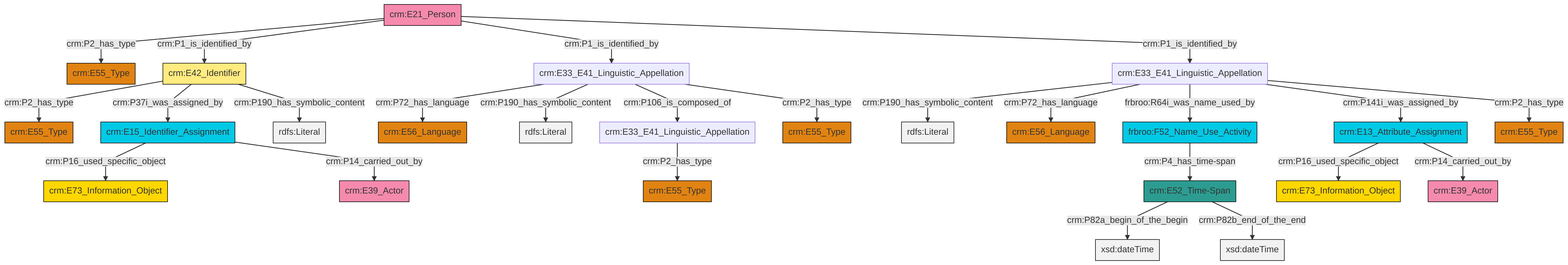
swiss-art-research-net/reference-data-models keeps this Mermaid diagram as et/personCSV/ttl/mmd/png/Person_Names_and_Classification.png. Above is the earlier version. Its source is kept beside it as et/personCSV/ttl/mmd/Person_Names_and_Classification.ttl.mmd.
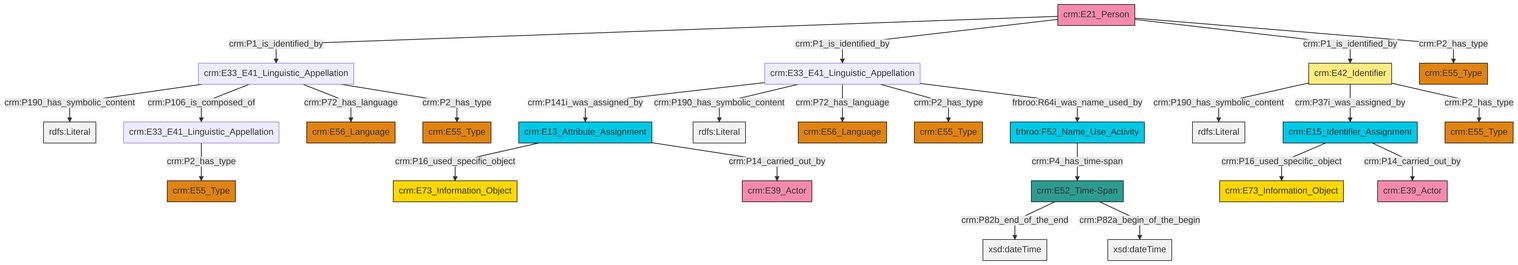
After the commit.

Change to the diagram source:
```diff
@@ -13,27 +13,27 @@
 classDef PC_Classes fill:#4ce600, stroke:#000000;
 classDef Multi fill:#cccccc,stroke:#000000;
 
-0["crm:E15_Identifier_Assignment"]:::Temporal_Entity -->|crm:P16_used_specific_object| 6["crm:E73_Information_Object"]:::Conceptual_Object
-4["crm:E13_Attribute_Assignment"]:::Temporal_Entity -->|crm:P16_used_specific_object| 9["crm:E73_Information_Object"]:::Conceptual_Object
-10["crm:E52_Time-Span"]:::Time-Span -->|crm:P82a_begin_of_the_begin| 11[xsd:dateTime]:::Literal
-4["crm:E13_Attribute_Assignment"]:::Temporal_Entity -->|crm:P14_carried_out_by| 14["crm:E39_Actor"]:::Actor
-18["crm:E33_E41_Linguistic_Appellation"]:::Default -->|crm:P190_has_symbolic_content| 19[rdfs:Literal]:::Literal
-18["crm:E33_E41_Linguistic_Appellation"]:::Default -->|crm:P72_has_language| 20["crm:E56_Language"]:::Type
-24["crm:E33_E41_Linguistic_Appellation"]:::Default -->|crm:P72_has_language| 25["crm:E56_Language"]:::Type
-2["crm:E21_Person"]:::Actor -->|crm:P2_has_type| 12["crm:E55_Type"]:::Type
-26["crm:E42_Identifier"]:::Appellation -->|crm:P2_has_type| 27["crm:E55_Type"]:::Type
-26["crm:E42_Identifier"]:::Appellation -->|crm:P37i_was_assigned_by| 0["crm:E15_Identifier_Assignment"]:::Temporal_Entity
-24["crm:E33_E41_Linguistic_Appellation"]:::Default -->|crm:P190_has_symbolic_content| 34[rdfs:Literal]:::Literal
-26["crm:E42_Identifier"]:::Appellation -->|crm:P190_has_symbolic_content| 35[rdfs:Literal]:::Literal
-18["crm:E33_E41_Linguistic_Appellation"]:::Default -->|frbroo:R64i_was_name_used_by| 15["frbroo:F52_Name_Use_Activity"]:::Temporal_Entity
-15["frbroo:F52_Name_Use_Activity"]:::Temporal_Entity -->|crm:P4_has_time-span| 10["crm:E52_Time-Span"]:::Time-Span
-2["crm:E21_Person"]:::Actor -->|crm:P1_is_identified_by| 26["crm:E42_Identifier"]:::Appellation
-2["crm:E21_Person"]:::Actor -->|crm:P1_is_identified_by| 24["crm:E33_E41_Linguistic_Appellation"]:::Default
-18["crm:E33_E41_Linguistic_Appellation"]:::Default -->|crm:P141i_was_assigned_by| 4["crm:E13_Attribute_Assignment"]:::Temporal_Entity
-22["crm:E33_E41_Linguistic_Appellation"]:::Default -->|crm:P2_has_type| 41["crm:E55_Type"]:::Type
-18["crm:E33_E41_Linguistic_Appellation"]:::Default -->|crm:P2_has_type| 7["crm:E55_Type"]:::Type
-2["crm:E21_Person"]:::Actor -->|crm:P1_is_identified_by| 18["crm:E33_E41_Linguistic_Appellation"]:::Default
-24["crm:E33_E41_Linguistic_Appellation"]:::Default -->|crm:P106_is_composed_of| 22["crm:E33_E41_Linguistic_Appellation"]:::Default
-10["crm:E52_Time-Span"]:::Time-Span -->|crm:P82b_end_of_the_end| 45[xsd:dateTime]:::Literal
-24["crm:E33_E41_Linguistic_Appellation"]:::Default -->|crm:P2_has_type| 30["crm:E55_Type"]:::Type
-0["crm:E15_Identifier_Assignment"]:::Temporal_Entity -->|crm:P14_carried_out_by| 37["crm:E39_Actor"]:::Actor
+2["crm:E42_Identifier"]:::Appellation -->|crm:P190_has_symbolic_content| 3[rdfs:Literal]:::Literal
+4["crm:E13_Attribute_Assignment"]:::Temporal_Entity -->|crm:P16_used_specific_object| 5["crm:E73_Information_Object"]:::Conceptual_Object
+6["crm:E33_E41_Linguistic_Appellation"]:::Default -->|crm:P190_has_symbolic_content| 7[rdfs:Literal]:::Literal
+8["crm:E33_E41_Linguistic_Appellation"]:::Default -->|crm:P141i_was_assigned_by| 4["crm:E13_Attribute_Assignment"]:::Temporal_Entity
+6["crm:E33_E41_Linguistic_Appellation"]:::Default -->|crm:P106_is_composed_of| 0["crm:E33_E41_Linguistic_Appellation"]:::Default
+9["crm:E21_Person"]:::Actor -->|crm:P1_is_identified_by| 6["crm:E33_E41_Linguistic_Appellation"]:::Default
+8["crm:E33_E41_Linguistic_Appellation"]:::Default -->|crm:P190_has_symbolic_content| 16[rdfs:Literal]:::Literal
+6["crm:E33_E41_Linguistic_Appellation"]:::Default -->|crm:P72_has_language| 17["crm:E56_Language"]:::Type
+8["crm:E33_E41_Linguistic_Appellation"]:::Default -->|crm:P72_has_language| 18["crm:E56_Language"]:::Type
+13["crm:E15_Identifier_Assignment"]:::Temporal_Entity -->|crm:P16_used_specific_object| 19["crm:E73_Information_Object"]:::Conceptual_Object
+20["frbroo:F52_Name_Use_Activity"]:::Temporal_Entity -->|crm:P4_has_time-span| 11["crm:E52_Time-Span"]:::Time-Span
+9["crm:E21_Person"]:::Actor -->|crm:P1_is_identified_by| 8["crm:E33_E41_Linguistic_Appellation"]:::Default
+4["crm:E13_Attribute_Assignment"]:::Temporal_Entity -->|crm:P14_carried_out_by| 28["crm:E39_Actor"]:::Actor
+9["crm:E21_Person"]:::Actor -->|crm:P1_is_identified_by| 2["crm:E42_Identifier"]:::Appellation
+11["crm:E52_Time-Span"]:::Time-Span -->|crm:P82b_end_of_the_end| 34[xsd:dateTime]:::Literal
+6["crm:E33_E41_Linguistic_Appellation"]:::Default -->|crm:P2_has_type| 26["crm:E55_Type"]:::Type
+0["crm:E33_E41_Linguistic_Appellation"]:::Default -->|crm:P2_has_type| 37["crm:E55_Type"]:::Type
+9["crm:E21_Person"]:::Actor -->|crm:P2_has_type| 38["crm:E55_Type"]:::Type
+8["crm:E33_E41_Linguistic_Appellation"]:::Default -->|crm:P2_has_type| 21["crm:E55_Type"]:::Type
+8["crm:E33_E41_Linguistic_Appellation"]:::Default -->|frbroo:R64i_was_name_used_by| 20["frbroo:F52_Name_Use_Activity"]:::Temporal_Entity
+13["crm:E15_Identifier_Assignment"]:::Temporal_Entity -->|crm:P14_carried_out_by| 30["crm:E39_Actor"]:::Actor
+2["crm:E42_Identifier"]:::Appellation -->|crm:P37i_was_assigned_by| 13["crm:E15_Identifier_Assignment"]:::Temporal_Entity
+2["crm:E42_Identifier"]:::Appellation -->|crm:P2_has_type| 24["crm:E55_Type"]:::Type
+11["crm:E52_Time-Span"]:::Time-Span -->|crm:P82a_begin_of_the_begin| 46[xsd:dateTime]:::Literal
```
